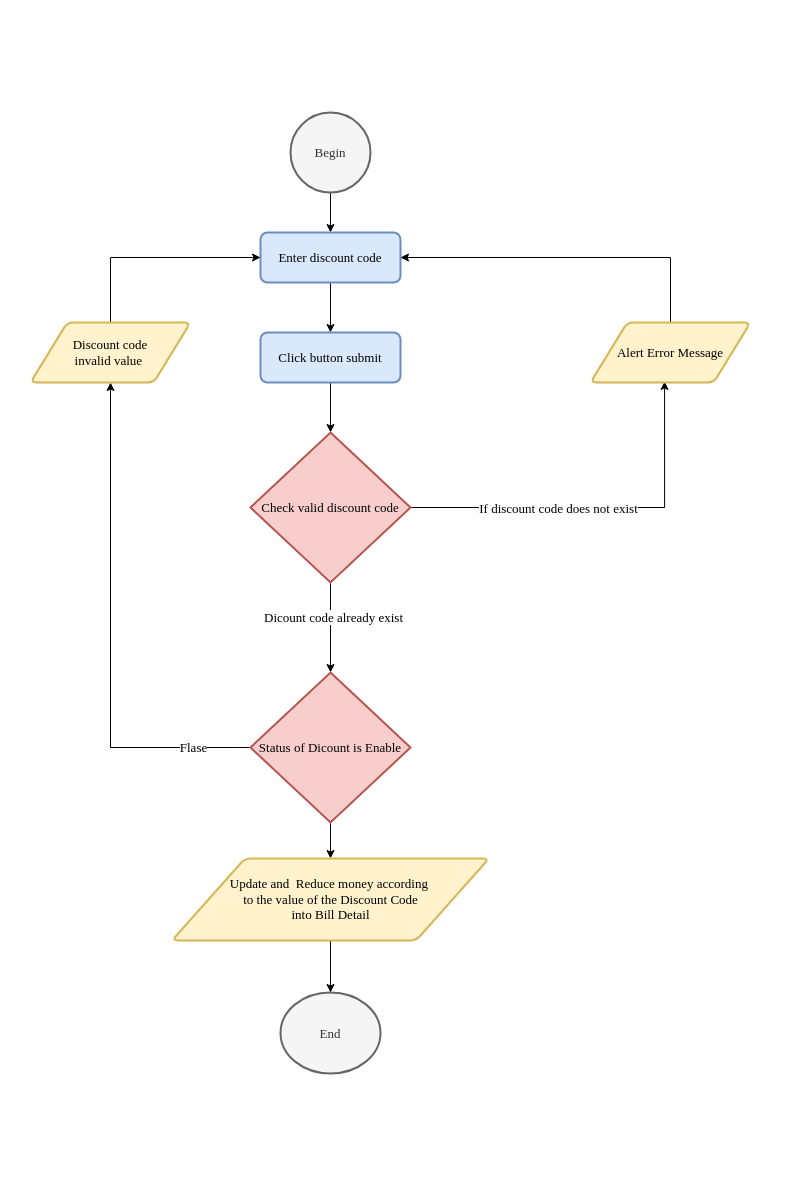
This is page "Discount Code" (4 of 12) of document/diagram/flowchar_ver2.drawio from daomtthuan/do-an, a draw.io file, before an edit. Source tidied: cells renumbered, new cells numbered last; positions are measured from the earlier drawing's top-left corner, leaving out a move shared by most shapes. Both pictures are drawn from the tidied source at 100%, with x=0, y=0 at pixel (30, 112).
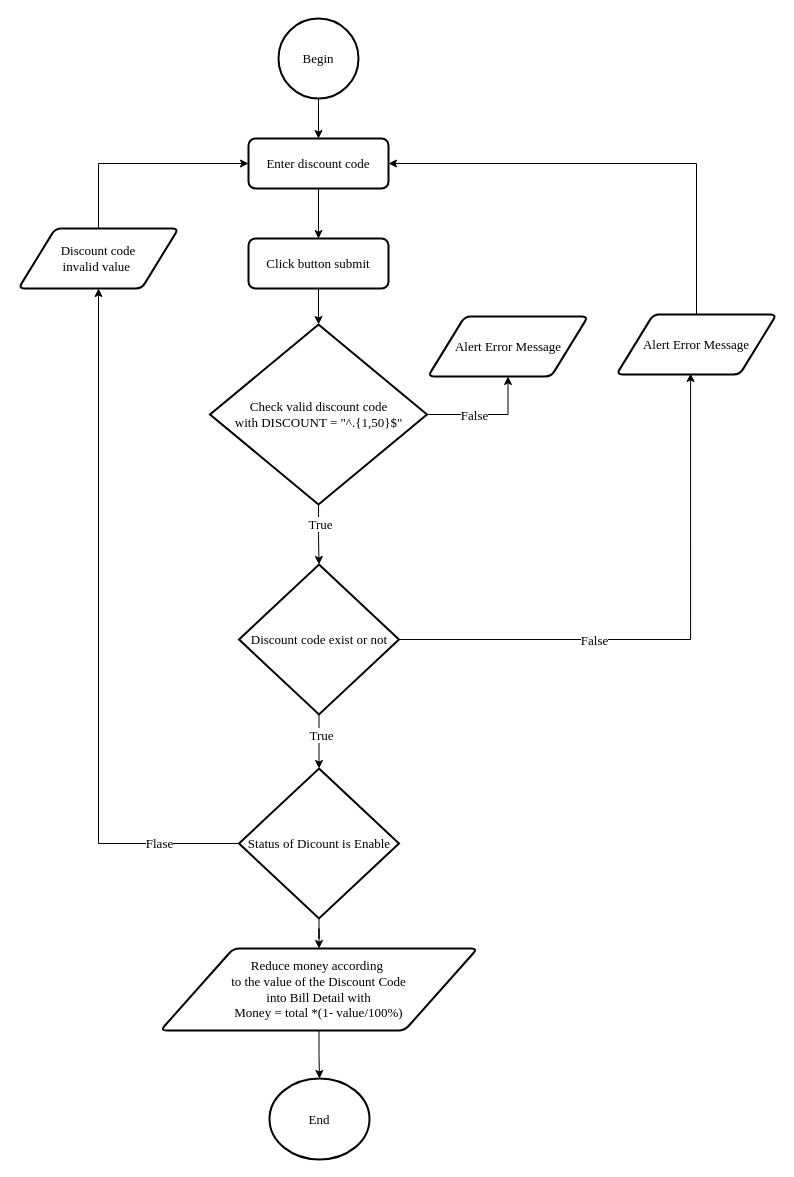
After the change.

Unchanged cells that the change refers to:
```xml
<mxCell id="8" style="edgeStyle=orthogonalEdgeStyle;rounded=0;jettySize=auto;html=1;entryX=0.463;entryY=0.983;entryDx=0;entryDy=0;entryPerimeter=0;fontFamily=Times New Roman;fontSize=13;" parent="1" edge="1" source="12" target="18">
  <mxGeometry relative="1" as="geometry" />
</mxCell>
<mxCell id="10" style="edgeStyle=orthogonalEdgeStyle;rounded=0;jettySize=auto;html=1;fontFamily=Times New Roman;fontSize=13;" parent="1" edge="1" source="12" target="16">
  <mxGeometry relative="1" as="geometry" />
</mxCell>
```

Diff of the diagram source:
```diff
@@
-    <mxCell id="3" value="Begin" style="strokeWidth=2;html=1;shape=mxgraph.flowchart.start_2;whiteSpace=wrap;fontFamily=Times New Roman;fontSize=13;fillColor=#f5f5f5;strokeColor=#666666;fontColor=#333333;" parent="1" vertex="1">
-      <mxGeometry x="260" width="80" height="80" as="geometry" />
+    <mxCell id="3" value="Begin" style="strokeWidth=2;html=1;shape=mxgraph.flowchart.start_2;whiteSpace=wrap;fontFamily=Times New Roman;fontSize=13;" parent="1" vertex="1">
+      <mxGeometry x="248" y="-94" width="80" height="80" as="geometry" />
     </mxCell>
@@
-    <mxCell id="5" value="Enter discount code" style="rounded=1;whiteSpace=wrap;html=1;absoluteArcSize=1;arcSize=14;strokeWidth=2;fontFamily=Times New Roman;fontSize=13;fillColor=#dae8fc;strokeColor=#6c8ebf;" parent="1" vertex="1">
-      <mxGeometry x="230" y="120" width="140" height="50" as="geometry" />
+    <mxCell id="5" value="Enter discount code" style="rounded=1;whiteSpace=wrap;html=1;absoluteArcSize=1;arcSize=14;strokeWidth=2;fontFamily=Times New Roman;fontSize=13;" parent="1" vertex="1">
+      <mxGeometry x="218" y="26" width="140" height="50" as="geometry" />
     </mxCell>
-    <mxCell id="6" style="edgeStyle=orthogonalEdgeStyle;rounded=0;jettySize=auto;html=1;fontFamily=Times New Roman;fontSize=13;" parent="1" edge="1" source="7" target="12">
-      <mxGeometry relative="1" as="geometry" />
-    </mxCell>
+    <mxCell id="24" style="edgeStyle=orthogonalEdgeStyle;rounded=0;jettySize=auto;html=1;fontFamily=Times New Roman;fontSize=13;" parent="1" edge="1" source="7" target="29">
+      <mxGeometry relative="1" as="geometry" />
+    </mxCell>
-    <mxCell id="7" value="Click button submit" style="rounded=1;whiteSpace=wrap;html=1;absoluteArcSize=1;arcSize=14;strokeWidth=2;fontFamily=Times New Roman;fontSize=13;fillColor=#dae8fc;strokeColor=#6c8ebf;" parent="1" vertex="1">
-      <mxGeometry x="230" y="220" width="140" height="50" as="geometry" />
+    <mxCell id="7" value="Click button submit" style="rounded=1;whiteSpace=wrap;html=1;absoluteArcSize=1;arcSize=14;strokeWidth=2;fontFamily=Times New Roman;fontSize=13;" parent="1" vertex="1">
+      <mxGeometry x="218" y="126" width="140" height="50" as="geometry" />
     </mxCell>
@@
-    <mxCell id="9" value="If discount code does not exist" style="text;html=1;align=center;verticalAlign=middle;labelBackgroundColor=#ffffff;fontSize=13;fontFamily=Times New Roman;" parent="8" vertex="1">
+    <mxCell id="9" value="False" style="text;html=1;align=center;verticalAlign=middle;labelBackgroundColor=#ffffff;fontSize=13;fontFamily=Times New Roman;" parent="8" vertex="1">
       <mxGeometry x="-0.46" y="-4" relative="1" as="geometry">
         <mxPoint x="44" y="-4" as="offset" />
       </mxGeometry>
     </mxCell>
@@
-    <mxCell id="11" value="Dicount code already exist" style="text;html=1;align=center;verticalAlign=middle;labelBackgroundColor=#ffffff;fontSize=13;fontFamily=Times New Roman;" parent="10" vertex="1">
+    <mxCell id="11" value="True" style="text;html=1;align=center;verticalAlign=middle;labelBackgroundColor=#ffffff;fontSize=13;fontFamily=Times New Roman;" parent="10" vertex="1">
       <mxGeometry x="-0.25" y="2" relative="1" as="geometry" />
     </mxCell>
-    <mxCell id="12" value="Check valid discount code" style="strokeWidth=2;html=1;shape=mxgraph.flowchart.decision;whiteSpace=wrap;fontFamily=Times New Roman;fontSize=13;fillColor=#f8cecc;strokeColor=#b85450;" parent="1" vertex="1">
-      <mxGeometry x="220" y="320" width="160" height="150" as="geometry" />
+    <mxCell id="12" value="Discount code exist or not" style="strokeWidth=2;html=1;shape=mxgraph.flowchart.decision;whiteSpace=wrap;fontFamily=Times New Roman;fontSize=13;" parent="1" vertex="1">
+      <mxGeometry x="208.5" y="452" width="160" height="150" as="geometry" />
     </mxCell>
+    <mxCell id="25" style="edgeStyle=orthogonalEdgeStyle;rounded=0;jettySize=auto;html=1;fontFamily=Times New Roman;fontSize=13;" parent="1" edge="1" source="29" target="12">
+      <mxGeometry relative="1" as="geometry" />
+    </mxCell>
+    <mxCell id="26" value="True" style="text;html=1;align=center;verticalAlign=middle;labelBackgroundColor=#ffffff;fontSize=13;fontFamily=Times New Roman;" parent="25" vertex="1">
+      <mxGeometry x="-0.37" y="1" relative="1" as="geometry" />
+    </mxCell>
+    <mxCell id="27" style="edgeStyle=orthogonalEdgeStyle;rounded=0;jettySize=auto;html=1;entryX=0.5;entryY=1;entryDx=0;entryDy=0;fontFamily=Times New Roman;fontSize=13;" parent="1" edge="1" source="29" target="30">
+      <mxGeometry relative="1" as="geometry" />
+    </mxCell>
+    <mxCell id="28" value="False" style="text;html=1;align=center;verticalAlign=middle;labelBackgroundColor=#ffffff;fontSize=13;fontFamily=Times New Roman;" parent="27" vertex="1">
+      <mxGeometry x="0.1" y="1" relative="1" as="geometry">
+        <mxPoint x="-18" y="1" as="offset" />
+      </mxGeometry>
+    </mxCell>
+    <mxCell id="29" value="Check valid discount code with&amp;nbsp;DISCOUNT = &quot;^.{1,50}$&quot;" style="strokeWidth=2;html=1;shape=mxgraph.flowchart.decision;whiteSpace=wrap;fontFamily=Times New Roman;fontSize=13;" parent="1" vertex="1">
+      <mxGeometry x="179.5" y="212" width="217" height="180" as="geometry" />
+    </mxCell>
@@
-    <mxCell id="16" value="Status of Dicount is Enable" style="strokeWidth=2;html=1;shape=mxgraph.flowchart.decision;whiteSpace=wrap;fontFamily=Times New Roman;fontSize=13;fillColor=#f8cecc;strokeColor=#b85450;" parent="1" vertex="1">
-      <mxGeometry x="220" y="560" width="160" height="150" as="geometry" />
+    <mxCell id="16" value="Status of Dicount is Enable" style="strokeWidth=2;html=1;shape=mxgraph.flowchart.decision;whiteSpace=wrap;fontFamily=Times New Roman;fontSize=13;" parent="1" vertex="1">
+      <mxGeometry x="208.5" y="656" width="160" height="150" as="geometry" />
     </mxCell>
@@
-    <mxCell id="18" value="Alert Error Message" style="shape=parallelogram;html=1;strokeWidth=2;perimeter=parallelogramPerimeter;whiteSpace=wrap;rounded=1;arcSize=12;size=0.23;fontFamily=Times New Roman;fontSize=13;fillColor=#fff2cc;strokeColor=#d6b656;" parent="1" vertex="1">
-      <mxGeometry x="560" y="210" width="160" height="60" as="geometry" />
+    <mxCell id="18" value="Alert Error Message" style="shape=parallelogram;html=1;strokeWidth=2;perimeter=parallelogramPerimeter;whiteSpace=wrap;rounded=1;arcSize=12;size=0.23;fontFamily=Times New Roman;fontSize=13;" parent="1" vertex="1">
+      <mxGeometry x="586" y="202" width="160" height="60" as="geometry" />
     </mxCell>
     <mxCell id="19" style="edgeStyle=orthogonalEdgeStyle;rounded=0;jettySize=auto;html=1;entryX=0;entryY=0.5;entryDx=0;entryDy=0;fontFamily=Times New Roman;fontSize=13;" parent="1" edge="1" source="20" target="5">
       <mxGeometry relative="1" as="geometry">
         <Array as="points">
-          <mxPoint x="80" y="145" />
+          <mxPoint x="68" y="51" />
         </Array>
       </mxGeometry>
     </mxCell>
-    <mxCell id="20" value="Discount code &lt;br&gt;invalid value&amp;nbsp;" style="shape=parallelogram;html=1;strokeWidth=2;perimeter=parallelogramPerimeter;whiteSpace=wrap;rounded=1;arcSize=12;size=0.23;fontFamily=Times New Roman;fontSize=13;fillColor=#fff2cc;strokeColor=#d6b656;" parent="1" vertex="1">
-      <mxGeometry y="210" width="160" height="60" as="geometry" />
+    <mxCell id="20" value="Discount code &lt;br&gt;invalid value&amp;nbsp;" style="shape=parallelogram;html=1;strokeWidth=2;perimeter=parallelogramPerimeter;whiteSpace=wrap;rounded=1;arcSize=12;size=0.23;fontFamily=Times New Roman;fontSize=13;" parent="1" vertex="1">
+      <mxGeometry x="-12" y="116" width="160" height="60" as="geometry" />
     </mxCell>
-    <mxCell id="21" value="End" style="strokeWidth=2;html=1;shape=mxgraph.flowchart.start_2;whiteSpace=wrap;fontFamily=Times New Roman;fontSize=13;fillColor=#f5f5f5;strokeColor=#666666;fontColor=#333333;" parent="1" vertex="1">
-      <mxGeometry x="250" y="880" width="100" height="81" as="geometry" />
+    <mxCell id="21" value="End" style="strokeWidth=2;html=1;shape=mxgraph.flowchart.start_2;whiteSpace=wrap;fontFamily=Times New Roman;fontSize=13;" parent="1" vertex="1">
+      <mxGeometry x="239" y="966" width="100" height="81" as="geometry" />
     </mxCell>
@@
-    <mxCell id="23" value="Update and&amp;nbsp; Reduce money according&amp;nbsp;&lt;br&gt;to the value of the Discount Code&lt;br&gt;into Bill Detail" style="shape=parallelogram;html=1;strokeWidth=2;perimeter=parallelogramPerimeter;whiteSpace=wrap;rounded=1;arcSize=12;size=0.23;fontFamily=Times New Roman;fontSize=13;fillColor=#fff2cc;strokeColor=#d6b656;" parent="1" vertex="1">
-      <mxGeometry x="141.5" y="746" width="317" height="82" as="geometry" />
+    <mxCell id="23" value="Reduce money according&amp;nbsp;&lt;br&gt;to the value of the Discount Code&lt;br&gt;into Bill Detail with&lt;br&gt;Money = total *(1- value/100%)" style="shape=parallelogram;html=1;strokeWidth=2;perimeter=parallelogramPerimeter;whiteSpace=wrap;rounded=1;arcSize=12;size=0.23;fontFamily=Times New Roman;fontSize=13;" parent="1" vertex="1">
+      <mxGeometry x="130" y="836" width="317" height="82" as="geometry" />
     </mxCell>
+    <mxCell id="30" value="Alert Error Message" style="shape=parallelogram;html=1;strokeWidth=2;perimeter=parallelogramPerimeter;whiteSpace=wrap;rounded=1;arcSize=12;size=0.23;fontFamily=Times New Roman;fontSize=13;" parent="1" vertex="1">
+      <mxGeometry x="397.5" y="204" width="160" height="60" as="geometry" />
+    </mxCell>
```
